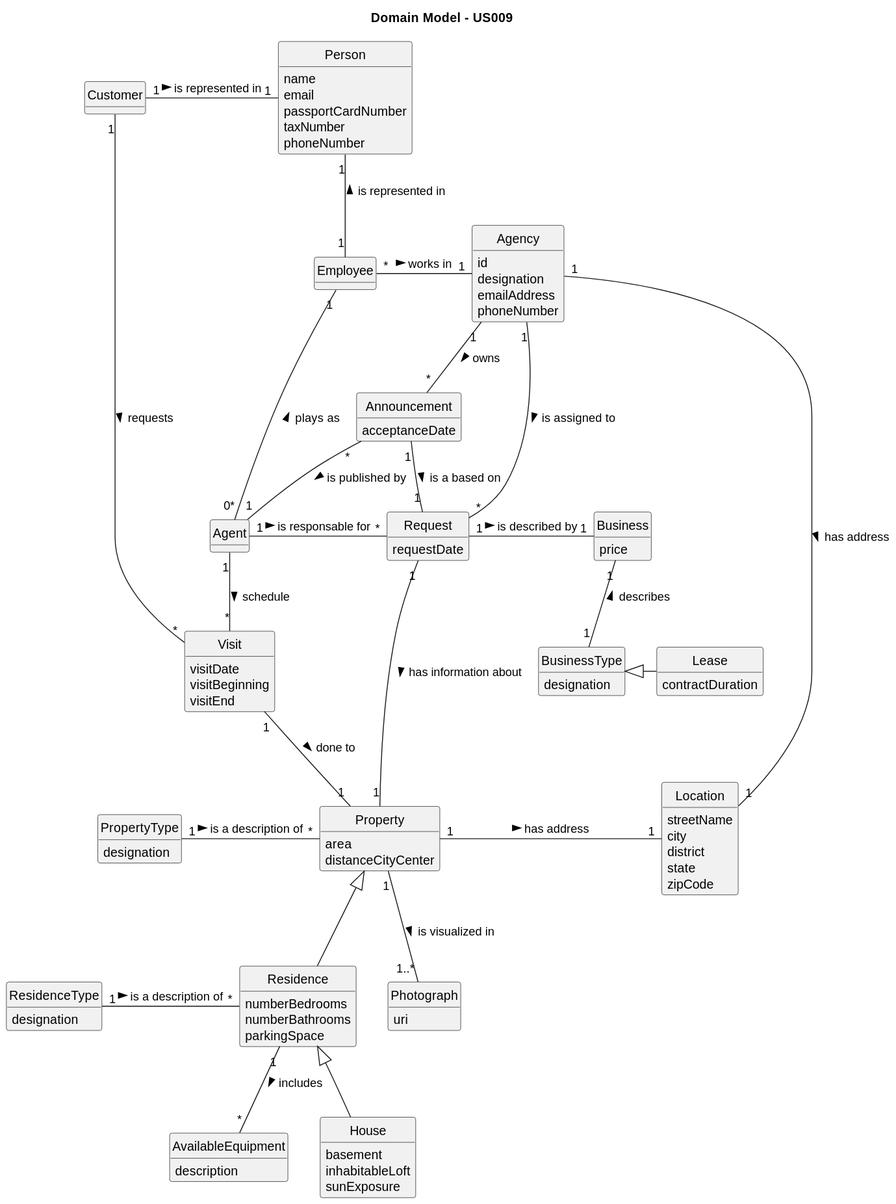
The PlantUML diagram docs/sprintC/us009/02.analysis/svg/us009-domain-model.svg in rita-barbosa/LAPR2-2223, before a commit. The source it was exported from:
```plantuml
@startuml
skinparam monochrome true
skinparam packageStyle rectangle
skinparam shadowing false

skinparam classAttributeIconSize 0

hide circle
hide methods

title Domain Model - US009

class Visit {
    visitDate
    visitBeginning
    visitEnd
}

class Customer {
}

class Request {
    requestDate
}

class Business {
    price
}

class BusinessType {
    designation
}

class Lease {
    contractDuration
}

class PropertyType {
    designation
}

class Agent {

}

class Person {
      name
      email
      passportCardNumber
      taxNumber
      phoneNumber
}

class Employee {
}


class Agency {
   id
   designation
   emailAddress
   phoneNumber
}

class Location {
    streetName
    city
    district
    state
    zipCode
}

class Announcement {
    acceptanceDate
}

class Photograph {
    uri
}


class Property {
    area
    distanceCityCenter
}

class Residence {
    numberBedrooms
    numberBathrooms
    parkingSpace
}


class AvailableEquipment {
    description
}


class ResidenceType {
    designation
}


class House {
    basement
    inhabitableLoft
    sunExposure
}

Announcement "1" - "1" Request : is a based on >
Agency "1" -- "*" Announcement : owns >
Agency "1" - "1" Location : has address >
Agency "1" - "*" Request : is assigned to >
Customer "1" -- "*" Visit : requests >
Agent "1" -- "*" Visit : schedule >
Announcement "*" -- "1" Agent : is published by >
Agent "1" - "*" Request : is responsable for >
Agent "0*" -- "1" Employee : plays as >
Employee "*" -right- "1" Agency : works in >
Property "1" -- "1..*" Photograph : is visualized in >
Property "1" - "1" Location : has address >
Visit "1" -- "1" Property : done to >
PropertyType "1" - "*" Property : is a description of >
Residence "1" -- "*" AvailableEquipment : includes >
Residence -up-|> Property
Lease -left-|> BusinessType
House -up-|> Residence
ResidenceType "1" -right- "*" Residence : is a description of >
BusinessType "1" -up- "1" Business : describes >
Request "1" -right "1" Business : is described by >
Employee "1" -up- "1" Person : is represented in >
Customer "1" -right- "1" Person : is represented in >
Request "1" - "1" Property : has information about >
@enduml
```
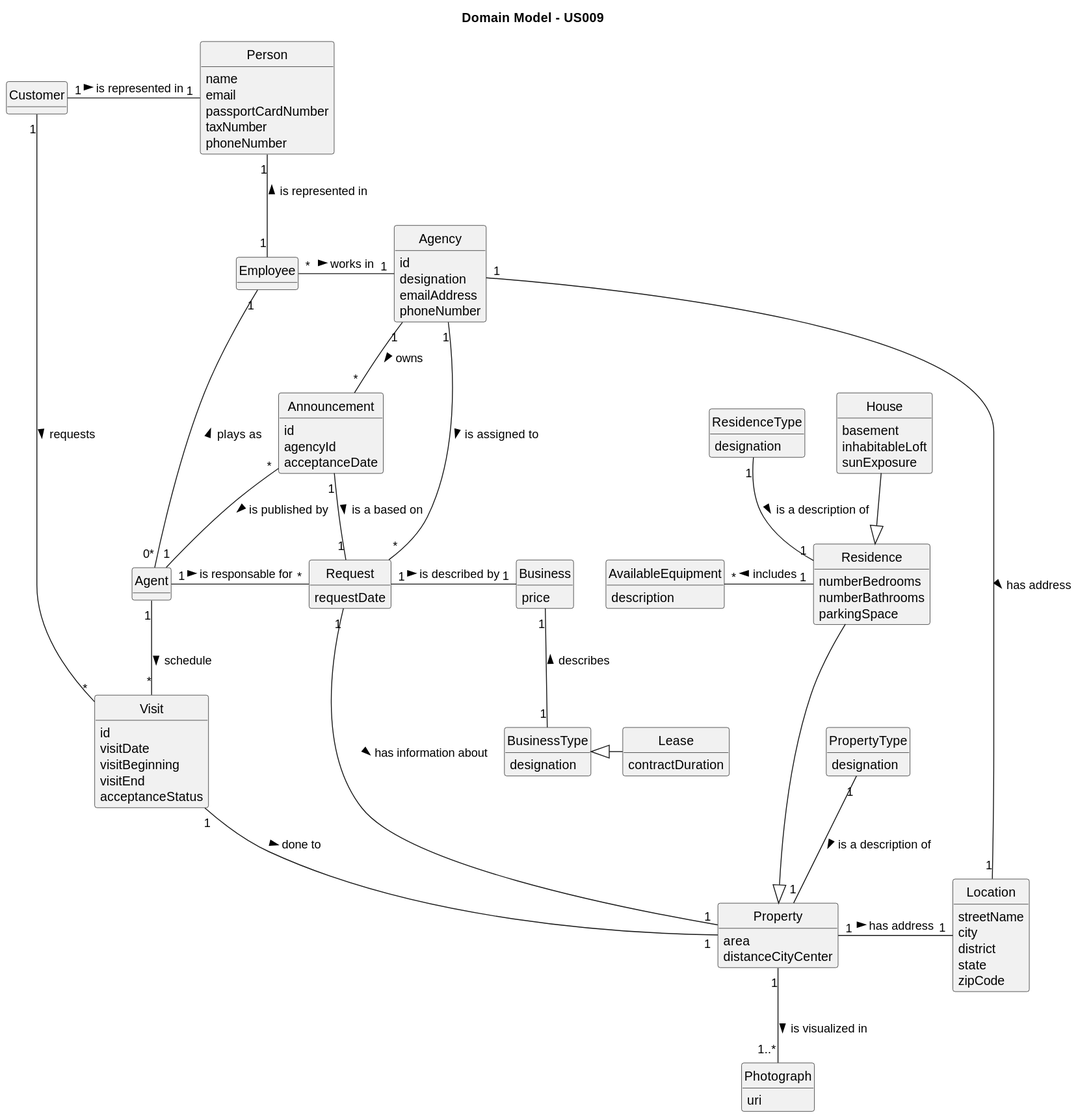
The same diagram one commit later.

Change to the diagram source:
```diff
@@ -11,9 +11,11 @@
 title Domain Model - US009
 
 class Visit {
+    id
     visitDate
     visitBeginning
     visitEnd
+    acceptanceStatus
 }
 
 class Customer {
@@ -35,9 +37,6 @@
     contractDuration
 }
 
-class PropertyType {
-    designation
-}
 
 class Agent {
 
@@ -71,42 +70,48 @@
 }
 
 class Announcement {
+    id
+    agencyId
     acceptanceDate
 }
 
-class Photograph {
-    uri
+
+class Property{
+     area
+     distanceCityCenter
 }
 
-
-class Property {
-    area
-    distanceCityCenter
+class Residence{
+     numberBedrooms
+     numberBathrooms
+     parkingSpace
 }
 
-class Residence {
-    numberBedrooms
-    numberBathrooms
-    parkingSpace
-}
-
-
-class AvailableEquipment {
+class AvailableEquipment{
     description
 }
 
-
-class ResidenceType {
-    designation
-}
-
-
-class House {
+class House{
     basement
     inhabitableLoft
     sunExposure
 }
 
+class PropertyType{
+    designation
+}
+
+class ResidenceType{
+    designation
+}
+
+class Photograph{
+    uri
+}
+
+
+PropertyType "1" -- "1" Property: is a description of >
+Property "1" -- "1..*" Photograph: is visualized in >
 Announcement "1" - "1" Request : is a based on >
 Agency "1" -- "*" Announcement : owns >
 Agency "1" - "1" Location : has address >
@@ -117,15 +122,13 @@
 Agent "1" - "*" Request : is responsable for >
 Agent "0*" -- "1" Employee : plays as >
 Employee "*" -right- "1" Agency : works in >
-Property "1" -- "1..*" Photograph : is visualized in >
 Property "1" - "1" Location : has address >
 Visit "1" -- "1" Property : done to >
-PropertyType "1" - "*" Property : is a description of >
-Residence "1" -- "*" AvailableEquipment : includes >
-Residence -up-|> Property
+Residence  ---|>  Property
+House --|> Residence
+ResidenceType "1" -- "1" Residence: is a description of >
+Residence "1" -left "*"AvailableEquipment: includes >
 Lease -left-|> BusinessType
-House -up-|> Residence
-ResidenceType "1" -right- "*" Residence : is a description of >
 BusinessType "1" -up- "1" Business : describes >
 Request "1" -right "1" Business : is described by >
 Employee "1" -up- "1" Person : is represented in >
```
